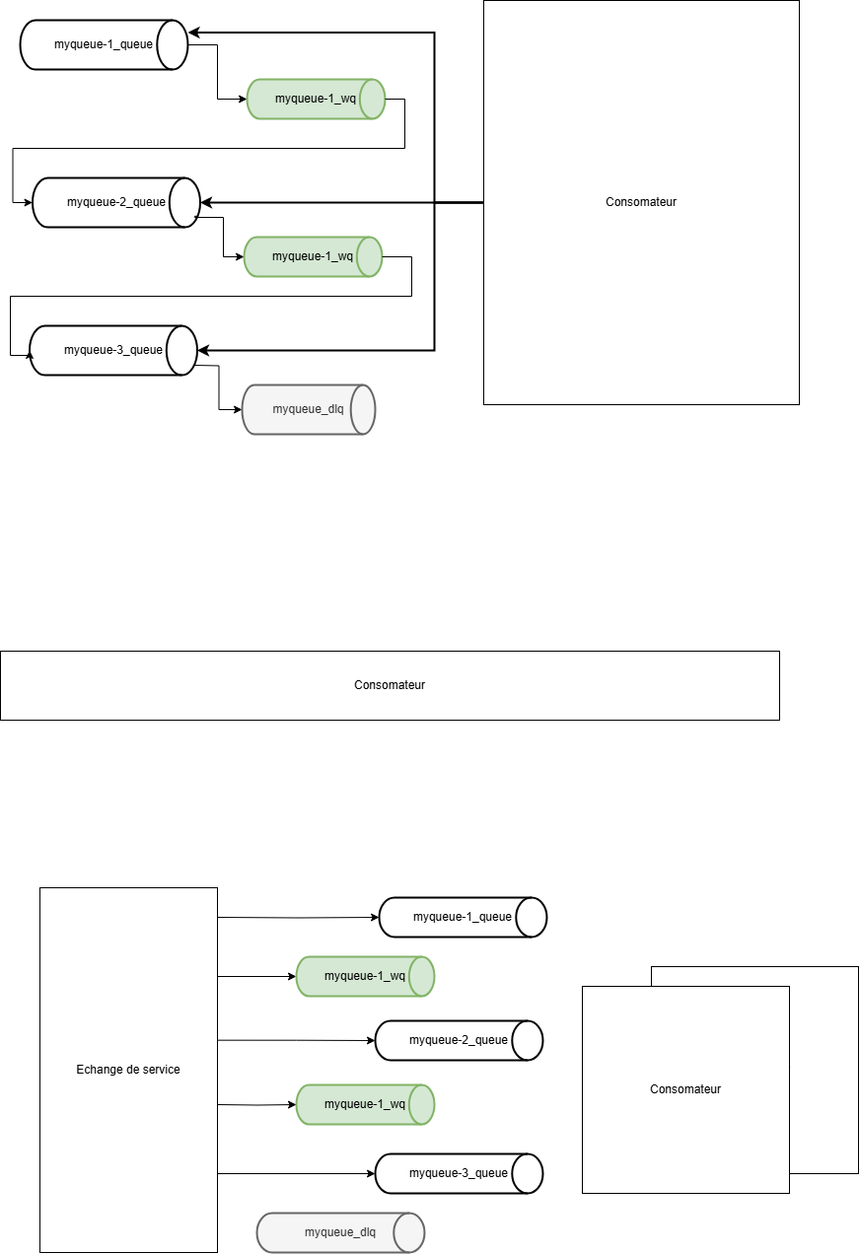
The draw.io diagram drawio/pattern_rabbit_retry.png in sarraz1/csau, before a commit. Source tidied: cells renumbered, new cells last; positions are measured from the earlier drawing's top-left corner, leaving out a move shared by most shapes.
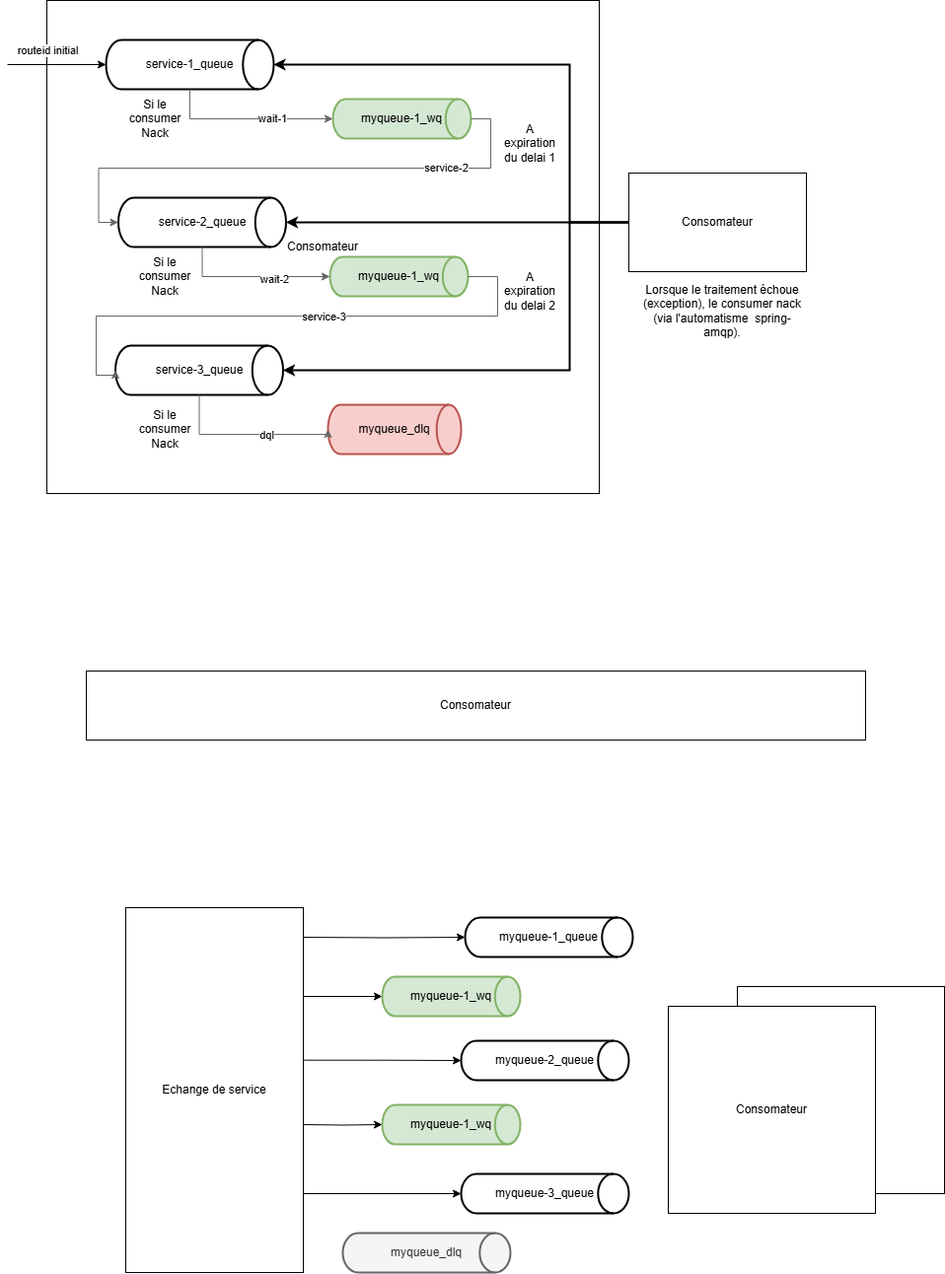
After the change.

Commit message:
Mettre à jour pattern_rabbit_retry.png

What changed in the source:
```diff
@@ -2,16 +2,19 @@
   <root>
     <mxCell id="0" />
     <mxCell id="1" parent="0" />
+    <mxCell id="32" value="Consomateur" style="rounded=0;whiteSpace=wrap;html=1;" parent="1" vertex="1">
+      <mxGeometry x="-40" y="-20" width="560" height="500" as="geometry" />
+    </mxCell>
     <mxCell id="2" style="edgeStyle=orthogonalEdgeStyle;rounded=0;jettySize=auto;html=1;strokeWidth=2;" parent="1" edge="1" source="3" target="20">
       <mxGeometry relative="1" as="geometry">
         <Array as="points">
-          <mxPoint x="440" y="205" />
-          <mxPoint x="440" y="355" />
+          <mxPoint x="490" y="205" />
+          <mxPoint x="490" y="355" />
         </Array>
       </mxGeometry>
     </mxCell>
     <mxCell id="3" value="Consomateur" style="rounded=0;whiteSpace=wrap;html=1;" parent="1" vertex="1">
-      <mxGeometry x="490" width="320" height="410" as="geometry" />
+      <mxGeometry x="550" y="155" width="180" height="100" as="geometry" />
     </mxCell>
     <mxCell id="4" value="Consomateur" style="rounded=0;whiteSpace=wrap;html=1;" parent="1" vertex="1">
       <mxGeometry y="660" width="790" height="70" as="geometry" />
@@ -68,13 +71,13 @@
         </Array>
       </mxGeometry>
     </mxCell>
-    <mxCell id="18" value="myqueue-1_que&lt;span style=&quot;background-color: transparent; color: light-dark(rgb(0, 0, 0), rgb(255, 255, 255));&quot;&gt;ue&lt;/span&gt;" style="strokeWidth=2;html=1;shape=mxgraph.flowchart.direct_data;whiteSpace=wrap;" parent="1" vertex="1">
+    <mxCell id="18" value="service-1_que&lt;span style=&quot;background-color: transparent; color: light-dark(rgb(0, 0, 0), rgb(255, 255, 255));&quot;&gt;ue&lt;/span&gt;" style="strokeWidth=2;html=1;shape=mxgraph.flowchart.direct_data;whiteSpace=wrap;" parent="1" vertex="1">
       <mxGeometry x="20" y="20" width="170" height="50" as="geometry" />
     </mxCell>
-    <mxCell id="19" value="myqueue-2_que&lt;span style=&quot;background-color: transparent; color: light-dark(rgb(0, 0, 0), rgb(255, 255, 255));&quot;&gt;ue&lt;/span&gt;" style="strokeWidth=2;html=1;shape=mxgraph.flowchart.direct_data;whiteSpace=wrap;" parent="1" vertex="1">
+    <mxCell id="19" value="service-2_que&lt;span style=&quot;background-color: transparent; color: light-dark(rgb(0, 0, 0), rgb(255, 255, 255));&quot;&gt;ue&lt;/span&gt;" style="strokeWidth=2;html=1;shape=mxgraph.flowchart.direct_data;whiteSpace=wrap;" parent="1" vertex="1">
       <mxGeometry x="32.5" y="180" width="170" height="50" as="geometry" />
     </mxCell>
-    <mxCell id="20" value="myqueue-3_que&lt;span style=&quot;background-color: transparent; color: light-dark(rgb(0, 0, 0), rgb(255, 255, 255));&quot;&gt;ue&lt;/span&gt;" style="strokeWidth=2;html=1;shape=mxgraph.flowchart.direct_data;whiteSpace=wrap;" parent="1" vertex="1">
+    <mxCell id="20" value="service-3_que&lt;span style=&quot;background-color: transparent; color: light-dark(rgb(0, 0, 0), rgb(255, 255, 255));&quot;&gt;ue&lt;/span&gt;" style="strokeWidth=2;html=1;shape=mxgraph.flowchart.direct_data;whiteSpace=wrap;" parent="1" vertex="1">
       <mxGeometry x="29.5" y="330" width="170" height="50" as="geometry" />
     </mxCell>
     <mxCell id="21" value="myqueue-1_wq" style="strokeWidth=2;html=1;shape=mxgraph.flowchart.direct_data;whiteSpace=wrap;fillColor=#d5e8d4;strokeColor=#82b366;" parent="1" vertex="1">
@@ -83,29 +86,38 @@
     <mxCell id="22" value="myqueue-1_wq" style="strokeWidth=2;html=1;shape=mxgraph.flowchart.direct_data;whiteSpace=wrap;fillColor=#d5e8d4;strokeColor=#82b366;" parent="1" vertex="1">
       <mxGeometry x="247" y="240" width="140" height="40" as="geometry" />
     </mxCell>
-    <mxCell id="23" value="myqueue_dlq" style="strokeWidth=2;html=1;shape=mxgraph.flowchart.direct_data;whiteSpace=wrap;fillColor=#f5f5f5;fontColor=#333333;strokeColor=#666666;" parent="1" vertex="1">
+    <mxCell id="23" value="myqueue_dlq" style="strokeWidth=2;html=1;shape=mxgraph.flowchart.direct_data;whiteSpace=wrap;fillColor=#f8cecc;strokeColor=#b85450;" parent="1" vertex="1">
       <mxGeometry x="245" y="390" width="135" height="50" as="geometry" />
     </mxCell>
     <mxCell id="24" value="Consomateur" style="rounded=0;whiteSpace=wrap;html=1;" parent="1" vertex="1">
       <mxGeometry x="590" y="1000" width="210" height="210" as="geometry" />
     </mxCell>
-    <mxCell id="25" style="edgeStyle=orthogonalEdgeStyle;rounded=0;jettySize=auto;html=1;entryX=0;entryY=0.5;entryDx=0;entryDy=0;entryPerimeter=0;" parent="1" edge="1" source="18" target="21">
+    <mxCell id="25" style="edgeStyle=orthogonalEdgeStyle;rounded=0;jettySize=auto;html=1;entryX=0;entryY=0.5;entryDx=0;entryDy=0;entryPerimeter=0;exitX=0.5;exitY=1;exitDx=0;exitDy=0;exitPerimeter=0;fillColor=#f5f5f5;strokeColor=#666666;" parent="1" edge="1" source="18" target="21">
       <mxGeometry relative="1" as="geometry" />
     </mxCell>
+    <mxCell id="33" value="&lt;span style=&quot;color: rgba(0, 0, 0, 0); font-family: monospace; font-size: 0px; text-align: start; background-color: rgb(251, 251, 251);&quot;&gt;%3CmxGraphModel%3E%3Croot%3E%3CmxCell%20id%3D%220%22%2F%3E%3CmxCell%20id%3D%221%22%20parent%3D%220%22%2F%3E%3CmxCell%20id%3D%222%22%20value%3D%22Consomateur%22%20style%3D%22rounded%3D0%3BwhiteSpace%3Dwrap%3Bhtml%3D1%3B%22%20vertex%3D%221%22%20parent%3D%221%22%3E%3CmxGeometry%20x%3D%2240%22%20y%3D%22740%22%20width%3D%22790%22%20height%3D%2270%22%20as%3D%22geometry%22%2F%3E%3C%2FmxCell%3E%3C%2Froot%3E%3C%2FmxGraphModel%3E&lt;/span&gt;" style="edgeLabel;html=1;align=center;verticalAlign=middle;" parent="25" vertex="1">
+      <mxGeometry x="0.29" y="-4" relative="1" as="geometry" />
+    </mxCell>
+    <mxCell id="34" value="wait-1" style="edgeLabel;html=1;align=center;verticalAlign=middle;" parent="25" vertex="1">
+      <mxGeometry x="0.29" y="1" relative="1" as="geometry" />
+    </mxCell>
-    <mxCell id="26" style="edgeStyle=orthogonalEdgeStyle;rounded=0;jettySize=auto;html=1;entryX=0;entryY=0.5;entryDx=0;entryDy=0;entryPerimeter=0;exitX=1;exitY=0.5;exitDx=0;exitDy=0;exitPerimeter=0;" parent="1" edge="1" source="21" target="19">
+    <mxCell id="26" style="edgeStyle=orthogonalEdgeStyle;rounded=0;jettySize=auto;html=1;entryX=0;entryY=0.5;entryDx=0;entryDy=0;entryPerimeter=0;exitX=1;exitY=0.5;exitDx=0;exitDy=0;exitPerimeter=0;fillColor=#f5f5f5;strokeColor=#666666;" parent="1" edge="1" source="21" target="19">
       <mxGeometry relative="1" as="geometry" />
     </mxCell>
+    <mxCell id="35" value="service-2" style="edgeLabel;html=1;align=center;verticalAlign=middle;" parent="26" vertex="1">
+      <mxGeometry x="-0.57" y="-1" relative="1" as="geometry" />
+    </mxCell>
-    <mxCell id="27" style="edgeStyle=orthogonalEdgeStyle;rounded=0;jettySize=auto;html=1;entryX=0;entryY=0.5;entryDx=0;entryDy=0;entryPerimeter=0;exitX=0.983;exitY=0.776;exitDx=0;exitDy=0;exitPerimeter=0;" parent="1" edge="1" source="19" target="22">
+    <mxCell id="27" style="edgeStyle=orthogonalEdgeStyle;rounded=0;jettySize=auto;html=1;entryX=0;entryY=0.5;entryDx=0;entryDy=0;entryPerimeter=0;exitX=0.5;exitY=1;exitDx=0;exitDy=0;exitPerimeter=0;fillColor=#f5f5f5;strokeColor=#666666;" parent="1" edge="1" source="19" target="22">
       <mxGeometry relative="1" as="geometry">
         <Array as="points">
-          <mxPoint x="197" y="219" />
-          <mxPoint x="197" y="220" />
-          <mxPoint x="226" y="220" />
-          <mxPoint x="226" y="260" />
+          <mxPoint x="118" y="260" />
         </Array>
       </mxGeometry>
     </mxCell>
+    <mxCell id="36" value="wait-2" style="edgeLabel;html=1;align=center;verticalAlign=middle;" parent="27" vertex="1">
+      <mxGeometry x="0.3" y="-2" relative="1" as="geometry" />
+    </mxCell>
-    <mxCell id="28" style="edgeStyle=orthogonalEdgeStyle;rounded=0;jettySize=auto;html=1;entryX=0;entryY=0.5;entryDx=0;entryDy=0;entryPerimeter=0;exitX=1;exitY=0.5;exitDx=0;exitDy=0;exitPerimeter=0;" parent="1" edge="1" source="22" target="20">
+    <mxCell id="28" style="edgeStyle=orthogonalEdgeStyle;rounded=0;jettySize=auto;html=1;entryX=0;entryY=0.5;entryDx=0;entryDy=0;entryPerimeter=0;exitX=1;exitY=0.5;exitDx=0;exitDy=0;exitPerimeter=0;fillColor=#f5f5f5;strokeColor=#666666;" parent="1" edge="1" source="22" target="20">
       <mxGeometry relative="1" as="geometry">
         <Array as="points">
           <mxPoint x="417" y="260" />
@@ -115,21 +127,58 @@
         </Array>
       </mxGeometry>
     </mxCell>
+    <mxCell id="37" value="service-3" style="edgeLabel;html=1;align=center;verticalAlign=middle;" parent="28" vertex="1">
+      <mxGeometry x="-0.12" relative="1" as="geometry" />
+    </mxCell>
-    <mxCell id="29" style="edgeStyle=orthogonalEdgeStyle;rounded=0;jettySize=auto;html=1;entryX=0;entryY=0.5;entryDx=0;entryDy=0;entryPerimeter=0;" parent="1" edge="1" target="23">
+    <mxCell id="29" style="edgeStyle=orthogonalEdgeStyle;rounded=0;jettySize=auto;html=1;entryX=0;entryY=0.5;entryDx=0;entryDy=0;entryPerimeter=0;exitX=0.5;exitY=1;exitDx=0;exitDy=0;exitPerimeter=0;fillColor=#f5f5f5;strokeColor=#666666;" parent="1" edge="1" source="20" target="23">
       <mxGeometry relative="1" as="geometry">
-        <mxPoint x="197" y="370" as="sourcePoint" />
+        <Array as="points">
+          <mxPoint x="115" y="420" />
+          <mxPoint x="245" y="420" />
+        </Array>
       </mxGeometry>
     </mxCell>
+    <mxCell id="38" value="dql" style="edgeLabel;html=1;align=center;verticalAlign=middle;" parent="29" vertex="1">
+      <mxGeometry x="0.23" relative="1" as="geometry" />
+    </mxCell>
-    <mxCell id="30" style="edgeStyle=orthogonalEdgeStyle;rounded=0;jettySize=auto;html=1;entryX=1;entryY=0.25;entryDx=0;entryDy=0;entryPerimeter=0;strokeWidth=2;" parent="1" edge="1" source="3" target="18">
+    <mxCell id="30" style="edgeStyle=orthogonalEdgeStyle;rounded=0;jettySize=auto;html=1;entryX=1;entryY=0.5;entryDx=0;entryDy=0;entryPerimeter=0;strokeWidth=2;" parent="1" edge="1" source="3" target="18">
       <mxGeometry relative="1" as="geometry">
         <Array as="points">
-          <mxPoint x="440" y="205" />
-          <mxPoint x="440" y="33" />
+          <mxPoint x="490" y="205" />
+          <mxPoint x="490" y="45" />
         </Array>
       </mxGeometry>
     </mxCell>
     <mxCell id="31" style="edgeStyle=orthogonalEdgeStyle;rounded=0;jettySize=auto;html=1;entryX=1;entryY=0.5;entryDx=0;entryDy=0;entryPerimeter=0;strokeWidth=2;" parent="1" edge="1" source="3" target="19">
       <mxGeometry relative="1" as="geometry" />
     </mxCell>
+    <mxCell id="39" style="endArrow=classic;html=1;rounded=0;entryX=0;entryY=0.5;entryDx=0;entryDy=0;entryPerimeter=0;" parent="1" edge="1" target="18">
+      <mxGeometry relative="1" as="geometry">
+        <mxPoint x="-80" y="45" as="sourcePoint" />
+      </mxGeometry>
+    </mxCell>
+    <mxCell id="40" value="routeid initial" style="edgeLabel;html=1;align=center;verticalAlign=middle;" parent="39" vertex="1">
+      <mxGeometry x="-0.04" y="-3" relative="1" as="geometry">
+        <mxPoint x="-8" y="-18" as="offset" />
+      </mxGeometry>
+    </mxCell>
+    <mxCell id="41" value="Si le consumer Nack" style="text;html=1;align=center;verticalAlign=middle;whiteSpace=wrap;rounded=0;" parent="1" vertex="1">
+      <mxGeometry x="40" y="85" width="60" height="30" as="geometry" />
+    </mxCell>
+    <mxCell id="42" value="Si le consumer Nack" style="text;html=1;align=center;verticalAlign=middle;whiteSpace=wrap;rounded=0;" parent="1" vertex="1">
+      <mxGeometry x="50" y="245" width="60" height="30" as="geometry" />
+    </mxCell>
+    <mxCell id="43" value="Si le consumer Nack" style="text;html=1;align=center;verticalAlign=middle;whiteSpace=wrap;rounded=0;" parent="1" vertex="1">
+      <mxGeometry x="50" y="400" width="60" height="30" as="geometry" />
+    </mxCell>
+    <mxCell id="44" value="A expiration du delai 1" style="text;html=1;align=center;verticalAlign=middle;whiteSpace=wrap;rounded=0;" parent="1" vertex="1">
+      <mxGeometry x="420" y="110" width="60" height="30" as="geometry" />
+    </mxCell>
+    <mxCell id="45" value="A expiration du delai 2" style="text;html=1;align=center;verticalAlign=middle;whiteSpace=wrap;rounded=0;" parent="1" vertex="1">
+      <mxGeometry x="420" y="260" width="60" height="30" as="geometry" />
+    </mxCell>
+    <mxCell id="46" value="Lorsque le traitement échoue (exception), le consumer nack&lt;div&gt;(via l'automatisme&amp;nbsp; spring-amqp).&lt;/div&gt;" style="text;html=1;align=center;verticalAlign=middle;whiteSpace=wrap;rounded=0;" parent="1" vertex="1">
+      <mxGeometry x="560" y="280" width="170" height="30" as="geometry" />
+    </mxCell>
   </root>
 </mxGraphModel>
```
